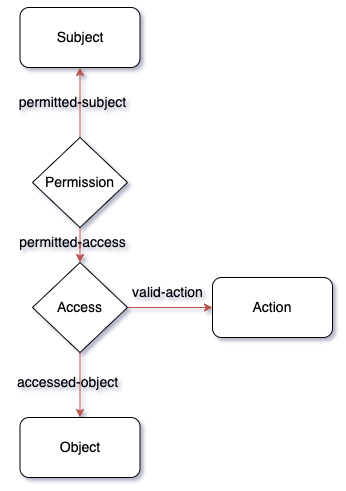
This is images/iam/permission-access.png from typedb/typedb-docs, a draw.io export, as it was before one commit. Source tidied: cells renumbered, new cells last; positions are measured from the earlier drawing's top-left corner, leaving out a move shared by most shapes. Source of this version:
```xml
<mxGraphModel>
  <root>
    <mxCell id="0" />
    <mxCell id="1" parent="0" />
    <mxCell id="2" value="&lt;font style=&quot;font-size: 14px;&quot;&gt;Object&lt;/font&gt;" style="rounded=1;whiteSpace=wrap;html=1;" parent="1" vertex="1">
      <mxGeometry x="12.5" y="410" width="120" height="60" as="geometry" />
    </mxCell>
    <mxCell id="3" value="&lt;font style=&quot;font-size: 14px;&quot;&gt;Subject&lt;/font&gt;" style="rounded=1;whiteSpace=wrap;html=1;direction=east;flipV=0;" parent="1" vertex="1">
      <mxGeometry x="12.5" width="120" height="60" as="geometry" />
    </mxCell>
    <mxCell id="4" value="&lt;font style=&quot;font-size: 14px;&quot;&gt;Action&lt;/font&gt;" style="rounded=1;whiteSpace=wrap;html=1;" parent="1" vertex="1">
      <mxGeometry x="205" y="270" width="120" height="60" as="geometry" />
    </mxCell>
    <mxCell id="5" style="edgeStyle=orthogonalEdgeStyle;rounded=0;jettySize=auto;html=1;exitX=0.5;exitY=0;exitDx=0;exitDy=0;fontSize=14;fillColor=#f8cecc;strokeColor=#b85450;" parent="1" edge="1" source="7" target="3">
      <mxGeometry relative="1" as="geometry" />
    </mxCell>
    <mxCell id="6" style="edgeStyle=orthogonalEdgeStyle;rounded=0;jettySize=auto;html=1;exitX=0.5;exitY=1;exitDx=0;exitDy=0;fontSize=14;fillColor=#f8cecc;strokeColor=#b85450;" parent="1" edge="1" source="7" target="10">
      <mxGeometry relative="1" as="geometry" />
    </mxCell>
    <mxCell id="7" value="Permission" style="rhombus;whiteSpace=wrap;html=1;fontSize=14;" parent="1" vertex="1">
      <mxGeometry x="25" y="130" width="95" height="90" as="geometry" />
    </mxCell>
    <mxCell id="8" style="edgeStyle=orthogonalEdgeStyle;rounded=0;jettySize=auto;html=1;exitX=0.5;exitY=1;exitDx=0;exitDy=0;entryX=0.5;entryY=0;entryDx=0;entryDy=0;fontSize=14;fillColor=#f8cecc;strokeColor=#b85450;" parent="1" edge="1" source="10" target="2">
      <mxGeometry relative="1" as="geometry" />
    </mxCell>
    <mxCell id="9" style="edgeStyle=orthogonalEdgeStyle;rounded=0;jettySize=auto;html=1;exitX=1;exitY=0.5;exitDx=0;exitDy=0;entryX=0;entryY=0.5;entryDx=0;entryDy=0;fontSize=14;fillColor=#f8cecc;strokeColor=#b85450;" parent="1" edge="1" source="10" target="4">
      <mxGeometry relative="1" as="geometry" />
    </mxCell>
    <mxCell id="10" value="Access" style="rhombus;whiteSpace=wrap;html=1;fontSize=14;" parent="1" vertex="1">
      <mxGeometry x="25" y="255" width="95" height="90" as="geometry" />
    </mxCell>
    <mxCell id="11" value="accessed-object" style="text;html=1;align=center;verticalAlign=middle;strokeColor=none;fillColor=none;fontSize=14;" parent="1" vertex="1">
      <mxGeometry y="360" width="120" height="30" as="geometry" />
    </mxCell>
    <mxCell id="12" value="valid-action" style="text;html=1;align=center;verticalAlign=middle;strokeColor=none;fillColor=none;fontSize=14;" parent="1" vertex="1">
      <mxGeometry x="115" y="270" width="90" height="30" as="geometry" />
    </mxCell>
    <mxCell id="13" value="permitted-subject" style="text;html=1;align=center;verticalAlign=middle;strokeColor=none;fillColor=none;fontSize=14;" parent="1" vertex="1">
      <mxGeometry y="80" width="130" height="30" as="geometry" />
    </mxCell>
    <mxCell id="14" value="permitted-access" style="text;html=1;align=center;verticalAlign=middle;strokeColor=none;fillColor=none;fontSize=14;" parent="1" vertex="1">
      <mxGeometry y="220" width="130" height="30" as="geometry" />
    </mxCell>
  </root>
</mxGraphModel>
```
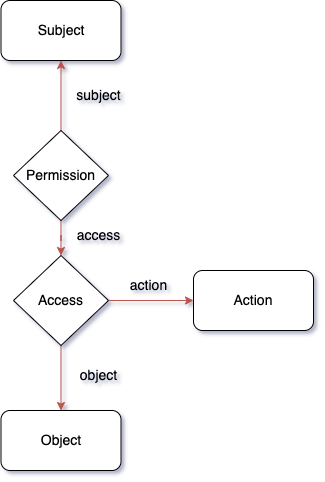
The same file after the commit.

Diff of the diagram source:
```diff
@@ -29,17 +29,17 @@
     <mxCell id="10" value="Access" style="rhombus;whiteSpace=wrap;html=1;fontSize=14;" parent="1" vertex="1">
       <mxGeometry x="25" y="255" width="95" height="90" as="geometry" />
     </mxCell>
-    <mxCell id="11" value="accessed-object" style="text;html=1;align=center;verticalAlign=middle;strokeColor=none;fillColor=none;fontSize=14;" parent="1" vertex="1">
-      <mxGeometry y="360" width="120" height="30" as="geometry" />
+    <mxCell id="11" value="object" style="text;html=1;align=center;verticalAlign=middle;strokeColor=none;fillColor=none;fontSize=14;" parent="1" vertex="1">
+      <mxGeometry x="80" y="360" width="60" height="30" as="geometry" />
     </mxCell>
-    <mxCell id="12" value="valid-action" style="text;html=1;align=center;verticalAlign=middle;strokeColor=none;fillColor=none;fontSize=14;" parent="1" vertex="1">
-      <mxGeometry x="115" y="270" width="90" height="30" as="geometry" />
+    <mxCell id="12" value="action" style="text;html=1;align=center;verticalAlign=middle;strokeColor=none;fillColor=none;fontSize=14;" parent="1" vertex="1">
+      <mxGeometry x="130" y="270" width="60" height="30" as="geometry" />
     </mxCell>
-    <mxCell id="13" value="permitted-subject" style="text;html=1;align=center;verticalAlign=middle;strokeColor=none;fillColor=none;fontSize=14;" parent="1" vertex="1">
-      <mxGeometry y="80" width="130" height="30" as="geometry" />
+    <mxCell id="13" value="subject" style="text;html=1;align=center;verticalAlign=middle;strokeColor=none;fillColor=none;fontSize=14;" parent="1" vertex="1">
+      <mxGeometry x="75" y="80" width="70" height="30" as="geometry" />
     </mxCell>
-    <mxCell id="14" value="permitted-access" style="text;html=1;align=center;verticalAlign=middle;strokeColor=none;fillColor=none;fontSize=14;" parent="1" vertex="1">
-      <mxGeometry y="220" width="130" height="30" as="geometry" />
+    <mxCell id="14" value="access" style="text;html=1;align=center;verticalAlign=middle;strokeColor=none;fillColor=none;fontSize=14;" parent="1" vertex="1">
+      <mxGeometry x="75" y="220" width="70" height="30" as="geometry" />
     </mxCell>
   </root>
 </mxGraphModel>
```
